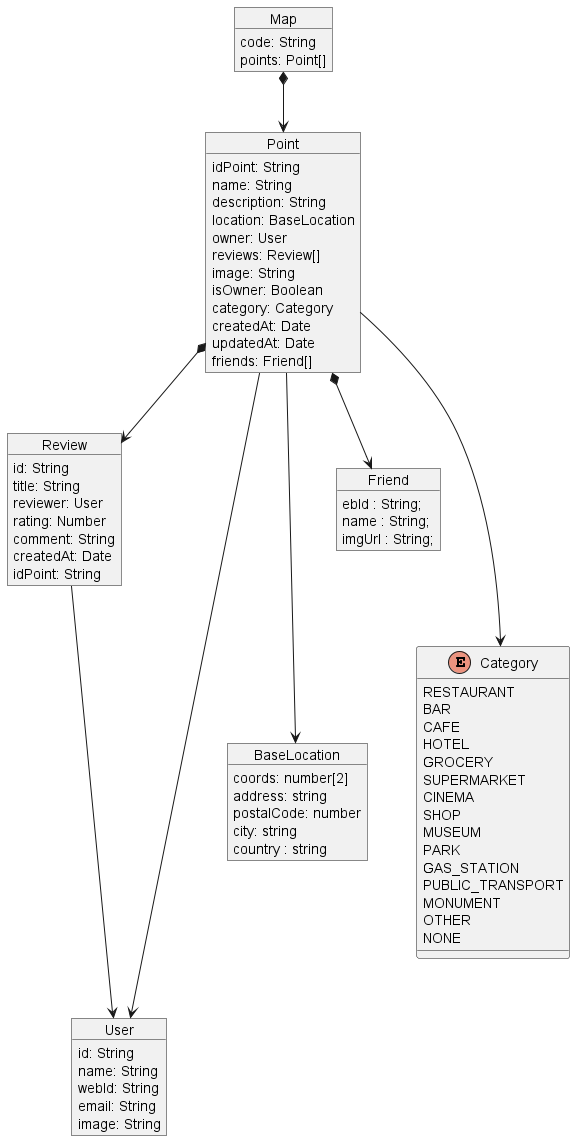
Earlier version of the PlantUML export images/ModeloDeDominio.png (Arquisoft/lomap_es5a).
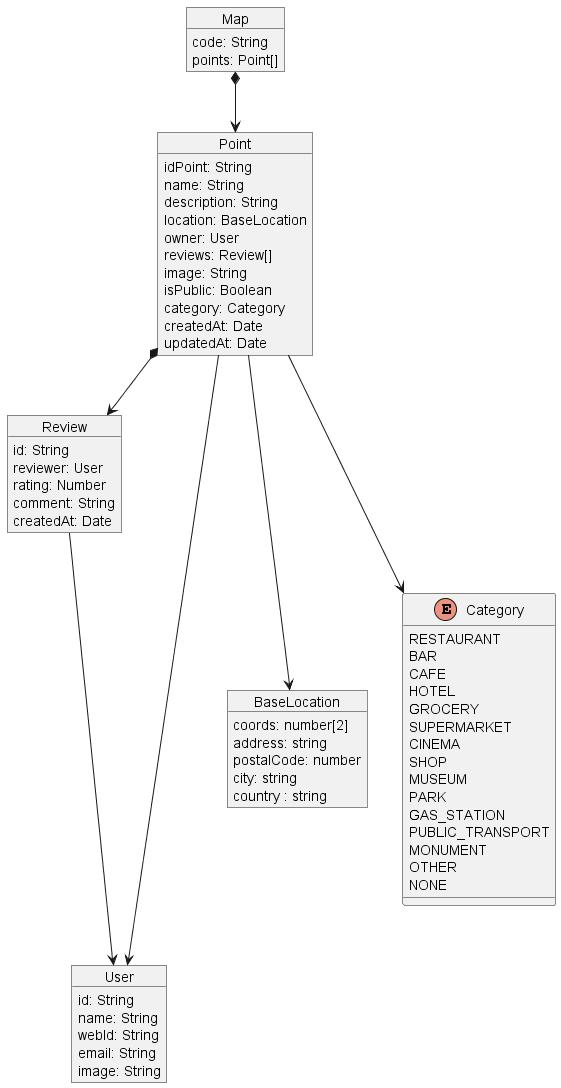
After the change.

Change to the diagram source:
```diff
@@ -9,11 +9,10 @@
     owner: User
     reviews: Review[]
     image: String
-    isOwner: Boolean
+    isPublic: Boolean
     category: Category
     createdAt: Date
     updatedAt: Date
-    friends: Friend[]
 }
 
 object Map{
@@ -23,12 +22,10 @@
 
 object Review{
     id: String
-    title: String
     reviewer: User
     rating: Number
     comment: String
     createdAt: Date
-    idPoint: String
 }
 
 object User{
@@ -45,12 +42,6 @@
     postalCode: number
     city: string
     country : string
-}
-
-object Friend{
-    ebId : String;
-    name : String;
-    imgUrl : String;
 }
 
 enum Category{
@@ -77,6 +68,5 @@
 Review--->User
 Point--->BaseLocation
 Point--->Category
-Point*-->Friend
 
 @enduml
```
